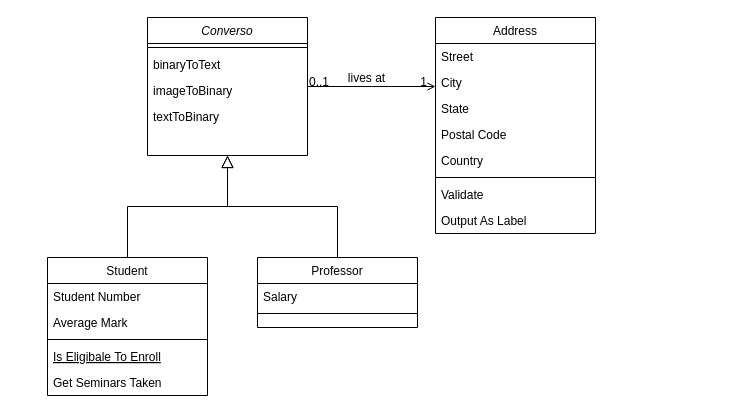
Above: docs/diagramaClases.drawio in NataliaPerez08/Proyecto_Estenografia (draw.io), before the change. Source tidied: cells renumbered, new cells numbered last; positions are measured from the earlier drawing's top-left corner, leaving out a move shared by most shapes. Both pictures are drawn from the tidied source at 100%, with x=0, y=0 at pixel (47, 17).
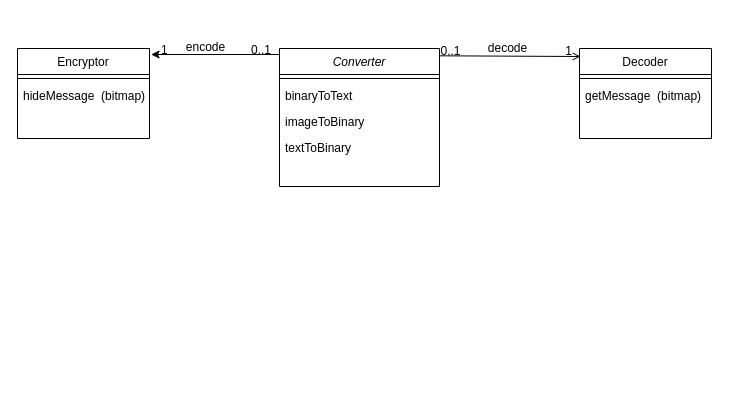
The same page after the edit.

What changed in the source:
```diff
@@
+    <mxCell id="31" style="edgeStyle=orthogonalEdgeStyle;rounded=0;jettySize=auto;html=1;exitX=0;exitY=0;exitDx=0;exitDy=0;entryX=1.012;entryY=0.067;entryDx=0;entryDy=0;entryPerimeter=0;" parent="1" edge="1" source="2" target="32">
+      <mxGeometry relative="1" as="geometry">
+        <Array as="points">
+          <mxPoint x="232" y="37" />
+        </Array>
+      </mxGeometry>
+    </mxCell>
-    <mxCell id="2" value="Converso" style="swimlane;fontStyle=2;align=center;verticalAlign=top;horizontal=1;startSize=26;rounded=0;shadow=0;strokeWidth=1;" parent="1" vertex="1">
-      <mxGeometry x="100" width="160" height="138" as="geometry" />
+    <mxCell id="2" value="Converter" style="swimlane;fontStyle=2;align=center;verticalAlign=top;horizontal=1;startSize=26;rounded=0;shadow=0;strokeWidth=1;" parent="1" vertex="1">
+      <mxGeometry x="232" y="31" width="160" height="138" as="geometry" />
     </mxCell>
@@
-    <mxCell id="7" value="Student" style="swimlane;fontStyle=0;align=center;verticalAlign=top;horizontal=1;startSize=26;rounded=0;shadow=0;strokeWidth=1;" parent="1" vertex="1">
-      <mxGeometry y="240" width="160" height="138" as="geometry" />
-    </mxCell>
-    <mxCell id="8" value="Student Number" style="text;align=left;verticalAlign=top;spacingLeft=4;spacingRight=4;overflow=hidden;" parent="7" vertex="1">
-      <mxGeometry y="26" width="160" height="26" as="geometry" />
-    </mxCell>
-    <mxCell id="9" value="Average Mark" style="text;align=left;verticalAlign=top;spacingLeft=4;spacingRight=4;overflow=hidden;rounded=0;shadow=0;html=0;" parent="7" vertex="1">
-      <mxGeometry y="52" width="160" height="26" as="geometry" />
-    </mxCell>
-    <mxCell id="10" style="line;html=1;strokeWidth=1;align=left;verticalAlign=middle;spacingTop=-1;spacingLeft=3;spacingRight=3;labelPosition=right;" parent="7" vertex="1">
-      <mxGeometry y="78" width="160" height="8" as="geometry" />
-    </mxCell>
-    <mxCell id="11" value="Is Eligibale To Enroll" style="text;align=left;verticalAlign=top;spacingLeft=4;spacingRight=4;overflow=hidden;fontStyle=4;" parent="7" vertex="1">
-      <mxGeometry y="86" width="160" height="26" as="geometry" />
-    </mxCell>
-    <mxCell id="12" value="Get Seminars Taken" style="text;align=left;verticalAlign=top;spacingLeft=4;spacingRight=4;overflow=hidden;" parent="7" vertex="1">
-      <mxGeometry y="112" width="160" height="26" as="geometry" />
-    </mxCell>
-    <mxCell id="13" style="endArrow=block;endSize=10;endFill=0;shadow=0;strokeWidth=1;rounded=0;edgeStyle=elbowEdgeStyle;elbow=vertical;" parent="1" edge="1" source="7" target="2">
-      <mxGeometry relative="1" as="geometry" />
-    </mxCell>
-    <mxCell id="14" value="Professor" style="swimlane;fontStyle=0;align=center;verticalAlign=top;horizontal=1;startSize=26;rounded=0;shadow=0;strokeWidth=1;" parent="1" vertex="1">
-      <mxGeometry x="210" y="240" width="160" height="70" as="geometry" />
-    </mxCell>
-    <mxCell id="15" value="Salary" style="text;align=left;verticalAlign=top;spacingLeft=4;spacingRight=4;overflow=hidden;" parent="14" vertex="1">
-      <mxGeometry y="26" width="160" height="26" as="geometry" />
-    </mxCell>
-    <mxCell id="16" style="line;html=1;strokeWidth=1;align=left;verticalAlign=middle;spacingTop=-1;spacingLeft=3;spacingRight=3;labelPosition=right;" parent="14" vertex="1">
-      <mxGeometry y="52" width="160" height="8" as="geometry" />
-    </mxCell>
-    <mxCell id="17" style="endArrow=block;endSize=10;endFill=0;shadow=0;strokeWidth=1;rounded=0;edgeStyle=elbowEdgeStyle;elbow=vertical;" parent="1" edge="1" source="14" target="2">
-      <mxGeometry relative="1" as="geometry" />
-    </mxCell>
-    <mxCell id="18" value="Address" style="swimlane;fontStyle=0;align=center;verticalAlign=top;horizontal=1;startSize=26;rounded=0;shadow=0;strokeWidth=1;" parent="1" vertex="1">
-      <mxGeometry x="388" width="160" height="216" as="geometry" />
+    <mxCell id="18" value="Decoder" style="swimlane;fontStyle=0;align=center;verticalAlign=top;horizontal=1;startSize=26;rounded=0;shadow=0;strokeWidth=1;" parent="1" vertex="1">
+      <mxGeometry x="532" y="31" width="132" height="90" as="geometry" />
     </mxCell>
-    <mxCell id="19" value="Street" style="text;align=left;verticalAlign=top;spacingLeft=4;spacingRight=4;overflow=hidden;" parent="18" vertex="1">
-      <mxGeometry y="26" width="160" height="26" as="geometry" />
-    </mxCell>
-    <mxCell id="20" value="City" style="text;align=left;verticalAlign=top;spacingLeft=4;spacingRight=4;overflow=hidden;rounded=0;shadow=0;html=0;" parent="18" vertex="1">
-      <mxGeometry y="52" width="160" height="26" as="geometry" />
-    </mxCell>
-    <mxCell id="21" value="State" style="text;align=left;verticalAlign=top;spacingLeft=4;spacingRight=4;overflow=hidden;rounded=0;shadow=0;html=0;" parent="18" vertex="1">
-      <mxGeometry y="78" width="160" height="26" as="geometry" />
-    </mxCell>
-    <mxCell id="22" value="Postal Code" style="text;align=left;verticalAlign=top;spacingLeft=4;spacingRight=4;overflow=hidden;rounded=0;shadow=0;html=0;" parent="18" vertex="1">
-      <mxGeometry y="104" width="160" height="26" as="geometry" />
-    </mxCell>
-    <mxCell id="23" value="Country" style="text;align=left;verticalAlign=top;spacingLeft=4;spacingRight=4;overflow=hidden;rounded=0;shadow=0;html=0;" parent="18" vertex="1">
-      <mxGeometry y="130" width="160" height="26" as="geometry" />
-    </mxCell>
     <mxCell id="24" style="line;html=1;strokeWidth=1;align=left;verticalAlign=middle;spacingTop=-1;spacingLeft=3;spacingRight=3;labelPosition=right;" parent="18" vertex="1">
-      <mxGeometry y="156" width="160" height="8" as="geometry" />
+      <mxGeometry y="26" width="132" height="8" as="geometry" />
     </mxCell>
-    <mxCell id="25" value="Validate" style="text;align=left;verticalAlign=top;spacingLeft=4;spacingRight=4;overflow=hidden;" parent="18" vertex="1">
-      <mxGeometry y="164" width="160" height="26" as="geometry" />
+    <mxCell id="25" value="getMessage  (bitmap)" style="text;align=left;verticalAlign=top;spacingLeft=4;spacingRight=4;overflow=hidden;" parent="18" vertex="1">
+      <mxGeometry y="34" width="132" height="26" as="geometry" />
     </mxCell>
-    <mxCell id="26" value="Output As Label" style="text;align=left;verticalAlign=top;spacingLeft=4;spacingRight=4;overflow=hidden;" parent="18" vertex="1">
-      <mxGeometry y="190" width="160" height="26" as="geometry" />
-    </mxCell>
-    <mxCell id="27" style="endArrow=open;shadow=0;strokeWidth=1;rounded=0;endFill=1;edgeStyle=elbowEdgeStyle;elbow=vertical;" parent="1" edge="1" source="2" target="18">
+    <mxCell id="27" style="endArrow=open;shadow=0;strokeWidth=1;rounded=0;endFill=1;edgeStyle=elbowEdgeStyle;elbow=vertical;exitX=0.997;exitY=0.053;exitDx=0;exitDy=0;exitPerimeter=0;entryX=0.008;entryY=0.085;entryDx=0;entryDy=0;entryPerimeter=0;" parent="1" edge="1" source="2" target="18">
       <mxGeometry x="0.5" y="41" relative="1" as="geometry">
+        <Array as="points">
+          <mxPoint x="572" y="39" />
+          <mxPoint x="552" y="51" />
+          <mxPoint x="552" y="61" />
+          <mxPoint x="542" y="81" />
+          <mxPoint x="502" y="41" />
+        </Array>
         <mxPoint x="-40" y="32" as="offset" />
       </mxGeometry>
     </mxCell>
@@
-    <mxCell id="30" value="lives at" style="text;html=1;align=center;verticalAlign=middle;labelBackgroundColor=none;rounded=0;shadow=0;strokeWidth=1;fontSize=12;" parent="27" vertex="1">
+    <mxCell id="30" value="decode" style="text;html=1;align=center;verticalAlign=middle;labelBackgroundColor=none;rounded=0;shadow=0;strokeWidth=1;fontSize=12;" parent="27" vertex="1">
       <mxGeometry x="0.5" y="49" relative="1" as="geometry">
         <mxPoint x="-38" y="40" as="offset" />
       </mxGeometry>
     </mxCell>
+    <mxCell id="32" value="Encryptor" style="swimlane;fontStyle=0;align=center;verticalAlign=top;horizontal=1;startSize=26;rounded=0;shadow=0;strokeWidth=1;" parent="1" vertex="1">
+      <mxGeometry x="-30" y="31" width="132" height="90" as="geometry" />
+    </mxCell>
+    <mxCell id="33" style="line;html=1;strokeWidth=1;align=left;verticalAlign=middle;spacingTop=-1;spacingLeft=3;spacingRight=3;labelPosition=right;" parent="32" vertex="1">
+      <mxGeometry y="26" width="132" height="8" as="geometry" />
+    </mxCell>
+    <mxCell id="34" value="hideMessage  (bitmap)" style="text;align=left;verticalAlign=top;spacingLeft=4;spacingRight=4;overflow=hidden;" parent="32" vertex="1">
+      <mxGeometry y="34" width="132" height="26" as="geometry" />
+    </mxCell>
+    <mxCell id="35" value="0..1" style="align=left;verticalAlign=bottom;labelBackgroundColor=none;fontSize=12;" parent="1" vertex="1">
+      <mxGeometry x="202" y="41" as="geometry" />
+    </mxCell>
+    <mxCell id="36" value="encode" style="text;html=1;align=center;verticalAlign=middle;labelBackgroundColor=none;rounded=0;shadow=0;strokeWidth=1;fontSize=12;" parent="1" vertex="1">
+      <mxGeometry x="154" y="31" as="geometry">
+        <mxPoint x="3" y="-2" as="offset" />
+      </mxGeometry>
+    </mxCell>
+    <mxCell id="37" value="1" style="align=left;verticalAlign=bottom;labelBackgroundColor=none;fontSize=12;" parent="1" vertex="1">
+      <mxGeometry x="112" y="41" as="geometry" />
+    </mxCell>
```
